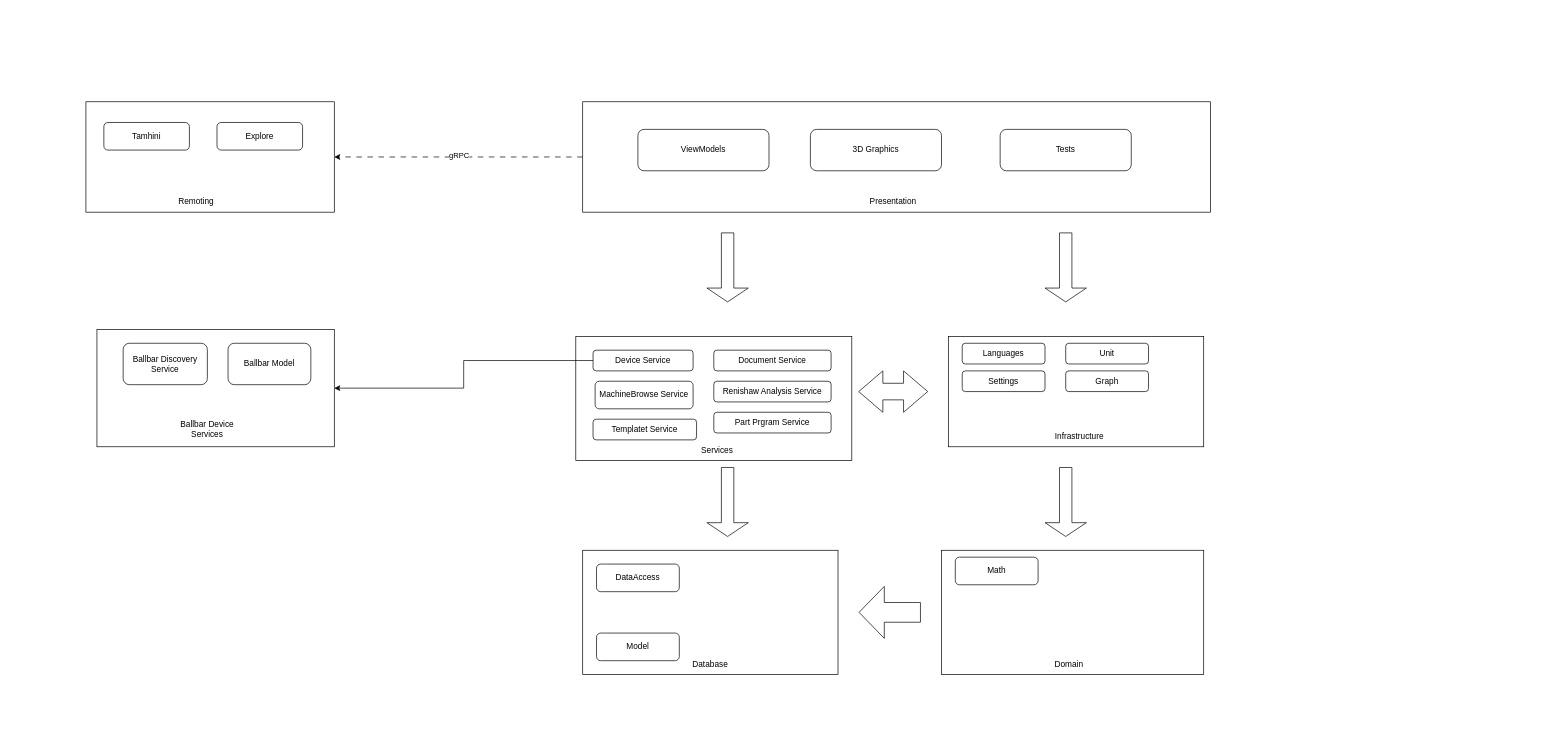
Before: page "Layered Diagram" (1 of 4) of Darley/Caesar Architecture.drawio in AmolSJawalkar/DrawIO, a draw.io diagram. Source tidied: cells renumbered, new cells numbered last; positions are measured from the earlier drawing's top-left corner, leaving out a move shared by most shapes. Both pictures are drawn from the tidied source at 69%, with x=0, y=0 at pixel (86, 101).
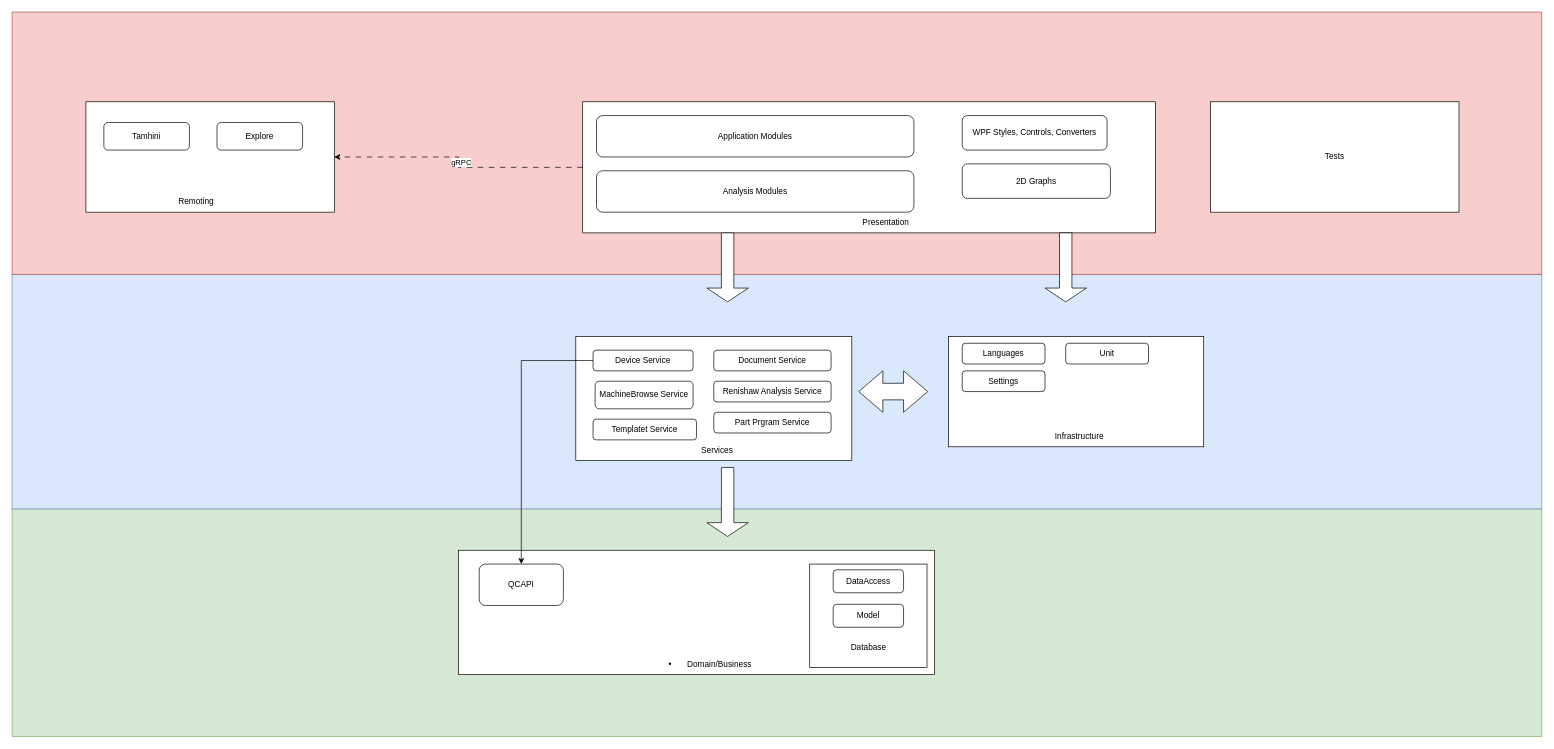
After the change.

Unchanged cells that the change refers to:
```xml
<mxCell id="13" value="Device Service" style="rounded=1;whiteSpace=wrap;html=1;" parent="1" vertex="1">
  <mxGeometry x="735" y="360" width="145" height="30" as="geometry" />
</mxCell>
```

Change to the diagram source:
```diff
@@
-    <mxCell id="2" style="rounded=0;whiteSpace=wrap;html=1;" parent="1" vertex="1">
-      <mxGeometry x="1240" y="650" width="380" height="180" as="geometry" />
-    </mxCell>
+    <mxCell id="45" style="group;" parent="1" vertex="1">
+      <mxGeometry x="-107" y="-130" width="2217" height="1050" as="geometry" />
+    </mxCell>
+    <mxCell id="46" style="rounded=0;whiteSpace=wrap;html=1;fillColor=#d5e8d4;strokeColor=#82b366;" parent="45" vertex="1">
+      <mxGeometry y="720" width="2217" height="330" as="geometry" />
+    </mxCell>
+    <mxCell id="47" style="rounded=0;whiteSpace=wrap;html=1;fillColor=#dae8fc;strokeColor=#6c8ebf;" parent="45" vertex="1">
+      <mxGeometry y="380" width="2217" height="340" as="geometry" />
+    </mxCell>
+    <mxCell id="48" style="rounded=0;whiteSpace=wrap;html=1;fillColor=#f8cecc;strokeColor=#b85450;" parent="45" vertex="1">
+      <mxGeometry width="2217" height="380" as="geometry" />
+    </mxCell>
+    <mxCell id="20" style="rounded=0;whiteSpace=wrap;html=1;" parent="1" vertex="1">
+      <mxGeometry x="540" y="650" width="690" height="180" as="geometry" />
+    </mxCell>
+    <mxCell id="49" style="group;" parent="1" vertex="1">
+      <mxGeometry x="720" width="830" height="190" as="geometry" />
+    </mxCell>
+    <mxCell id="5" style="rounded=0;whiteSpace=wrap;html=1;" parent="49" vertex="1">
+      <mxGeometry width="830" height="190" as="geometry" />
+    </mxCell>
+    <mxCell id="37" value="Presentation" style="text;html=1;align=center;verticalAlign=middle;whiteSpace=wrap;rounded=0;" parent="49" vertex="1">
+      <mxGeometry x="410.1" y="160" width="58.6" height="30" as="geometry" />
+    </mxCell>
+    <mxCell id="41" value="2D Graphs" style="rounded=1;whiteSpace=wrap;html=1;" parent="49" vertex="1">
+      <mxGeometry x="550" y="90" width="214.8" height="50" as="geometry" />
+    </mxCell>
+    <mxCell id="7" value="WPF Styles, Controls, Converters" style="rounded=1;whiteSpace=wrap;html=1;" parent="49" vertex="1">
+      <mxGeometry x="550" y="20" width="210" height="50" as="geometry" />
+    </mxCell>
+    <mxCell id="50" value="Analysis Modules" style="rounded=1;whiteSpace=wrap;html=1;" parent="49" vertex="1">
+      <mxGeometry x="20" y="100" width="460" height="60" as="geometry" />
+    </mxCell>
@@
-    <mxCell id="5" style="rounded=0;whiteSpace=wrap;html=1;" parent="1" vertex="1">
-      <mxGeometry x="720" width="910" height="160" as="geometry" />
-    </mxCell>
-    <mxCell id="6" value="ViewModels" style="rounded=1;whiteSpace=wrap;html=1;" parent="1" vertex="1">
-      <mxGeometry x="800" y="40" width="190" height="60" as="geometry" />
+    <mxCell id="6" value="Application Modules" style="rounded=1;whiteSpace=wrap;html=1;" parent="1" vertex="1">
+      <mxGeometry x="740" y="20" width="460" height="60" as="geometry" />
     </mxCell>
-    <mxCell id="7" value="3D Graphics" style="rounded=1;whiteSpace=wrap;html=1;" parent="1" vertex="1">
-      <mxGeometry x="1050" y="40" width="190" height="60" as="geometry" />
-    </mxCell>
@@
-    <mxCell id="12" style="edgeStyle=orthogonalEdgeStyle;rounded=0;jettySize=auto;html=1;entryX=1;entryY=0.5;entryDx=0;entryDy=0;" parent="1" edge="1" source="13" target="31">
-      <mxGeometry relative="1" as="geometry" />
-    </mxCell>
+    <mxCell id="51" style="edgeStyle=orthogonalEdgeStyle;rounded=0;jettySize=auto;html=1;" parent="1" edge="1" source="13" target="38">
+      <mxGeometry relative="1" as="geometry" />
+    </mxCell>
@@
-    <mxCell id="19" value="Graph" style="rounded=1;whiteSpace=wrap;html=1;" parent="1" vertex="1">
-      <mxGeometry x="1420" y="390" width="120" height="30" as="geometry" />
-    </mxCell>
-    <mxCell id="20" style="rounded=0;whiteSpace=wrap;html=1;" parent="1" vertex="1">
-      <mxGeometry x="720" y="650" width="370" height="180" as="geometry" />
-    </mxCell>
-    <mxCell id="21" value="Model" style="rounded=1;whiteSpace=wrap;html=1;" parent="1" vertex="1">
-      <mxGeometry x="740" y="770" width="120" height="40" as="geometry" />
-    </mxCell>
-    <mxCell id="22" value="Math" style="rounded=1;whiteSpace=wrap;html=1;" parent="1" vertex="1">
-      <mxGeometry x="1260" y="660" width="120" height="40" as="geometry" />
-    </mxCell>
-    <mxCell id="23" value="DataAccess" style="rounded=1;whiteSpace=wrap;html=1;" parent="1" vertex="1">
-      <mxGeometry x="740" y="670" width="120" height="40" as="geometry" />
-    </mxCell>
-    <mxCell id="24" value="Database" style="text;html=1;align=center;verticalAlign=middle;whiteSpace=wrap;rounded=0;" parent="1" vertex="1">
+    <mxCell id="24" value="•&lt;span style=&quot;white-space:pre&quot;&gt;&#9;&lt;/span&gt;Domain/Business" style="text;html=1;align=center;verticalAlign=middle;whiteSpace=wrap;rounded=0;" parent="1" vertex="1">
       <mxGeometry x="875" y="800" width="60" height="30" as="geometry" />
     </mxCell>
-    <mxCell id="25" value="Domain" style="text;html=1;align=center;verticalAlign=middle;whiteSpace=wrap;rounded=0;" parent="1" vertex="1">
-      <mxGeometry x="1395" y="800" width="60" height="30" as="geometry" />
-    </mxCell>
@@
-    <mxCell id="29" style="shape=singleArrow;direction=south;whiteSpace=wrap;html=1;" parent="1" vertex="1">
-      <mxGeometry x="1390" y="530" width="60" height="100" as="geometry" />
-    </mxCell>
@@
-    <mxCell id="31" style="rounded=0;whiteSpace=wrap;html=1;" parent="1" vertex="1">
-      <mxGeometry x="16" y="330" width="344" height="170" as="geometry" />
-    </mxCell>
-    <mxCell id="32" value="Ballbar Device Services" style="text;html=1;align=center;verticalAlign=middle;whiteSpace=wrap;rounded=0;" parent="1" vertex="1">
-      <mxGeometry x="136" y="460" width="80" height="30" as="geometry" />
-    </mxCell>
@@
-    <mxCell id="37" value="Presentation" style="text;html=1;align=center;verticalAlign=middle;whiteSpace=wrap;rounded=0;" parent="1" vertex="1">
-      <mxGeometry x="1140" y="130" width="60" height="30" as="geometry" />
-    </mxCell>
-    <mxCell id="38" value="Ballbar Discovery Service" style="rounded=1;whiteSpace=wrap;html=1;" parent="1" vertex="1">
-      <mxGeometry x="54" y="350" width="122" height="60" as="geometry" />
+    <mxCell id="38" value="QCAPI" style="rounded=1;whiteSpace=wrap;html=1;" parent="1" vertex="1">
+      <mxGeometry x="570" y="670" width="122" height="60" as="geometry" />
     </mxCell>
-    <mxCell id="39" value="Ballbar Model" style="rounded=1;whiteSpace=wrap;html=1;" parent="1" vertex="1">
-      <mxGeometry x="206" y="350" width="120" height="60" as="geometry" />
-    </mxCell>
@@
-    <mxCell id="41" value="Tests" style="rounded=1;whiteSpace=wrap;html=1;" parent="1" vertex="1">
-      <mxGeometry x="1325" y="40" width="190" height="60" as="geometry" />
-    </mxCell>
@@
-    <mxCell id="44" style="shape=flexArrow;endArrow=classic;html=1;rounded=0;endWidth=45.714285714285715;endSize=11.871428571428574;width=28.571428571428573;" parent="1" edge="1">
-      <mxGeometry relative="1" as="geometry">
-        <mxPoint x="1210" y="740" as="sourcePoint" />
-        <mxPoint x="1120" y="740" as="targetPoint" />
-      </mxGeometry>
-    </mxCell>
+    <mxCell id="52" value="Tests" style="rounded=0;whiteSpace=wrap;html=1;" parent="1" vertex="1">
+      <mxGeometry x="1630" width="360" height="160" as="geometry" />
+    </mxCell>
+    <mxCell id="53" style="group;" parent="1" vertex="1">
+      <mxGeometry x="1049" y="670" width="170" height="150" as="geometry" />
+    </mxCell>
+    <mxCell id="54" style="rounded=0;whiteSpace=wrap;html=1;" parent="53" vertex="1">
+      <mxGeometry width="170" height="150" as="geometry" />
+    </mxCell>
+    <mxCell id="21" value="Model" style="rounded=1;whiteSpace=wrap;html=1;" parent="53" vertex="1">
+      <mxGeometry x="34" y="58.3" width="102" height="33.3" as="geometry" />
+    </mxCell>
+    <mxCell id="23" value="DataAccess" style="rounded=1;whiteSpace=wrap;html=1;" parent="53" vertex="1">
+      <mxGeometry x="34" y="8.3" width="102" height="33.3" as="geometry" />
+    </mxCell>
+    <mxCell id="55" value="Database" style="text;html=1;whiteSpace=wrap;strokeColor=none;fillColor=none;align=center;verticalAlign=middle;rounded=0;" parent="53" vertex="1">
+      <mxGeometry x="59.5" y="108.3" width="51" height="25" as="geometry" />
+    </mxCell>
```
